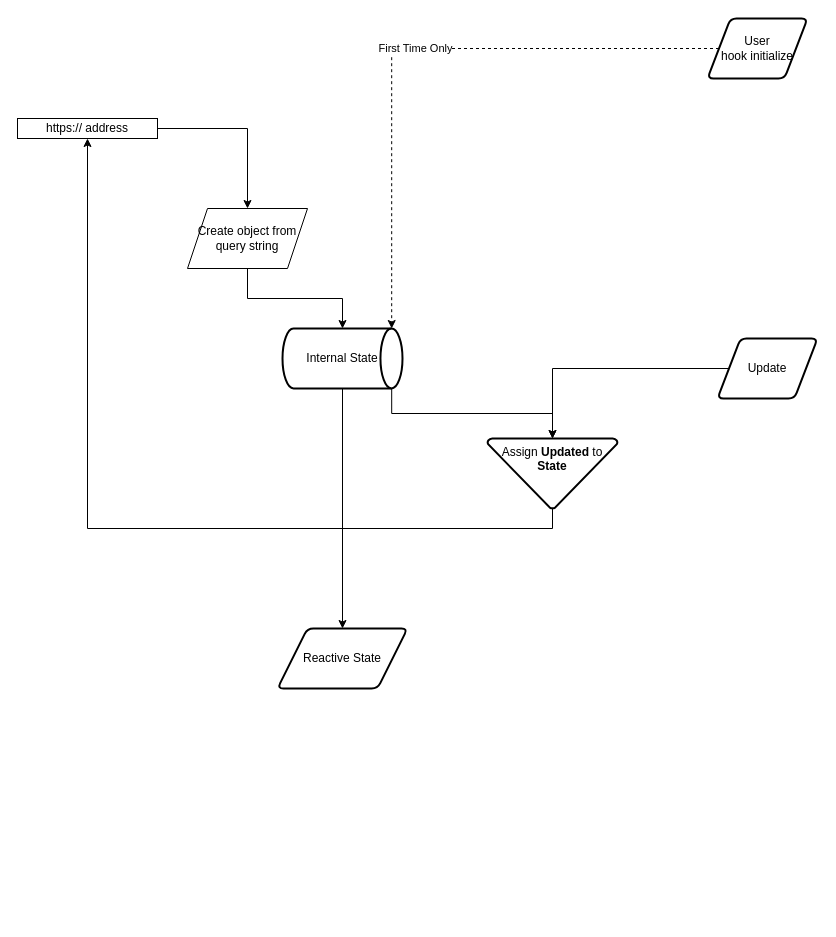
The draw.io diagram Flow.drawio in baruchiro/use-route-as-state, before the edit. Source tidied: cells renumbered, new cells numbered last; positions are measured from the earlier drawing's top-left corner, leaving out a move shared by most shapes. Both pictures are drawn from the tidied source at 100%, with x=0, y=0 at pixel (17, 18).
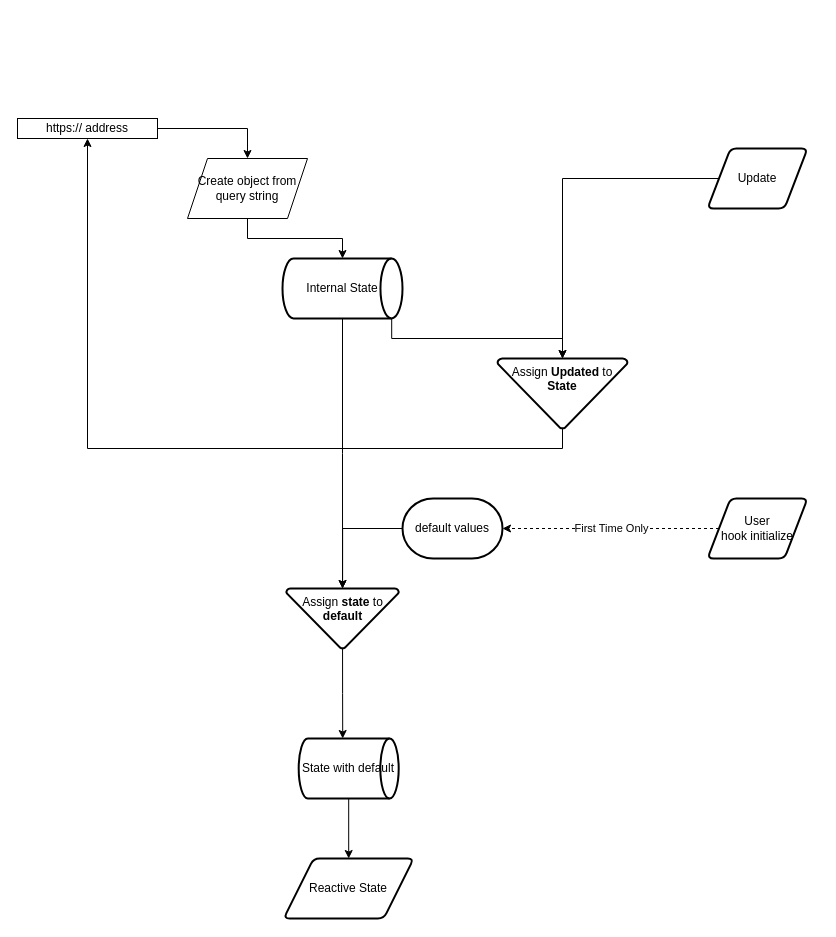
The same diagram, later.

Commit message:
Stupid flow

The edit, as a diff of the source:
```diff
@@
-    <mxCell id="4" value="First Time Only" style="edgeStyle=orthogonalEdgeStyle;rounded=0;jettySize=auto;html=1;entryX=0.91;entryY=0;entryDx=0;entryDy=0;entryPerimeter=0;dashed=1;" parent="1" edge="1" source="5" target="11">
+    <mxCell id="4" value="First Time Only" style="edgeStyle=orthogonalEdgeStyle;rounded=0;jettySize=auto;html=1;entryX=1;entryY=0.5;entryDx=0;entryDy=0;entryPerimeter=0;dashed=1;" parent="1" edge="1" source="5" target="16">
       <mxGeometry relative="1" as="geometry" />
     </mxCell>
     <mxCell id="5" value="User&lt;br&gt;hook initialize" style="shape=parallelogram;html=1;strokeWidth=2;perimeter=parallelogramPerimeter;whiteSpace=wrap;rounded=1;arcSize=12;size=0.23;" parent="1" vertex="1">
-      <mxGeometry x="690" width="100" height="60" as="geometry" />
+      <mxGeometry x="690" y="480" width="100" height="60" as="geometry" />
     </mxCell>
     <mxCell id="6" value="Reactive State" style="shape=parallelogram;html=1;strokeWidth=2;perimeter=parallelogramPerimeter;whiteSpace=wrap;rounded=1;arcSize=12;size=0.23;" parent="1" vertex="1">
-      <mxGeometry x="260" y="610" width="130" height="60" as="geometry" />
+      <mxGeometry x="266.2" y="840" width="130" height="60" as="geometry" />
     </mxCell>
@@
     <mxCell id="8" value="Create object from query string" style="shape=parallelogram;perimeter=parallelogramPerimeter;whiteSpace=wrap;html=1;fixedSize=1;rounded=0;" parent="1" vertex="1">
-      <mxGeometry x="170" y="190" width="120" height="60" as="geometry" />
+      <mxGeometry x="170" y="140" width="120" height="60" as="geometry" />
     </mxCell>
-    <mxCell id="9" style="edgeStyle=orthogonalEdgeStyle;rounded=0;jettySize=auto;html=1;entryX=0.5;entryY=0;entryDx=0;entryDy=0;" parent="1" edge="1" source="11" target="6">
+    <mxCell id="9" style="edgeStyle=orthogonalEdgeStyle;rounded=0;jettySize=auto;html=1;entryX=0.5;entryY=0;entryDx=0;entryDy=0;entryPerimeter=0;" parent="1" edge="1" source="11" target="18">
       <mxGeometry relative="1" as="geometry" />
     </mxCell>
@@
     <mxCell id="11" value="Internal State" style="strokeWidth=2;html=1;shape=mxgraph.flowchart.direct_data;whiteSpace=wrap;" parent="1" vertex="1">
-      <mxGeometry x="265" y="310" width="120" height="60" as="geometry" />
+      <mxGeometry x="265" y="240" width="120" height="60" as="geometry" />
     </mxCell>
@@
     <mxCell id="13" value="Update" style="shape=parallelogram;html=1;strokeWidth=2;perimeter=parallelogramPerimeter;whiteSpace=wrap;rounded=1;arcSize=12;size=0.23;" parent="1" vertex="1">
-      <mxGeometry x="700" y="320" width="100" height="60" as="geometry" />
+      <mxGeometry x="690" y="130" width="100" height="60" as="geometry" />
     </mxCell>
@@
     <mxCell id="15" value="Assign &lt;b&gt;Updated&lt;/b&gt;&amp;nbsp;to &lt;b&gt;State&lt;/b&gt;" style="strokeWidth=2;html=1;shape=mxgraph.flowchart.merge_or_storage;whiteSpace=wrap;verticalAlign=top;" parent="1" vertex="1">
-      <mxGeometry x="470" y="420" width="130" height="70" as="geometry" />
+      <mxGeometry x="480" y="340" width="130" height="70" as="geometry" />
     </mxCell>
+    <mxCell id="16" value="default values" style="strokeWidth=2;html=1;shape=mxgraph.flowchart.terminator;whiteSpace=wrap;" parent="1" vertex="1">
+      <mxGeometry x="385" y="480" width="100" height="60" as="geometry" />
+    </mxCell>
+    <mxCell id="17" style="edgeStyle=orthogonalEdgeStyle;rounded=0;jettySize=auto;html=1;exitX=0.5;exitY=1;exitDx=0;exitDy=0;exitPerimeter=0;entryX=0.44;entryY=0;entryDx=0;entryDy=0;startArrow=none;startFill=0;entryPerimeter=0;" parent="1" edge="1" source="18" target="21">
+      <mxGeometry relative="1" as="geometry" />
+    </mxCell>
+    <mxCell id="18" value="Assign &lt;b&gt;state&lt;/b&gt;&amp;nbsp;to &lt;b&gt;default&lt;/b&gt;" style="strokeWidth=2;html=1;shape=mxgraph.flowchart.merge_or_storage;whiteSpace=wrap;verticalAlign=top;" parent="1" vertex="1">
+      <mxGeometry x="268.8" y="570" width="112.5" height="60" as="geometry" />
+    </mxCell>
+    <mxCell id="19" style="edgeStyle=orthogonalEdgeStyle;rounded=0;jettySize=auto;html=1;entryX=0.5;entryY=0;entryDx=0;entryDy=0;entryPerimeter=0;exitX=0;exitY=0.5;exitDx=0;exitDy=0;exitPerimeter=0;" parent="1" edge="1" source="16" target="18">
+      <mxGeometry relative="1" as="geometry" />
+    </mxCell>
+    <mxCell id="20" style="edgeStyle=orthogonalEdgeStyle;rounded=0;jettySize=auto;html=1;entryX=0.5;entryY=0;entryDx=0;entryDy=0;startArrow=none;startFill=0;" parent="1" edge="1" source="21" target="6">
+      <mxGeometry relative="1" as="geometry" />
+    </mxCell>
+    <mxCell id="21" value="State with default" style="strokeWidth=2;html=1;shape=mxgraph.flowchart.direct_data;whiteSpace=wrap;" parent="1" vertex="1">
+      <mxGeometry x="281.2" y="720" width="100" height="60" as="geometry" />
+    </mxCell>
```
